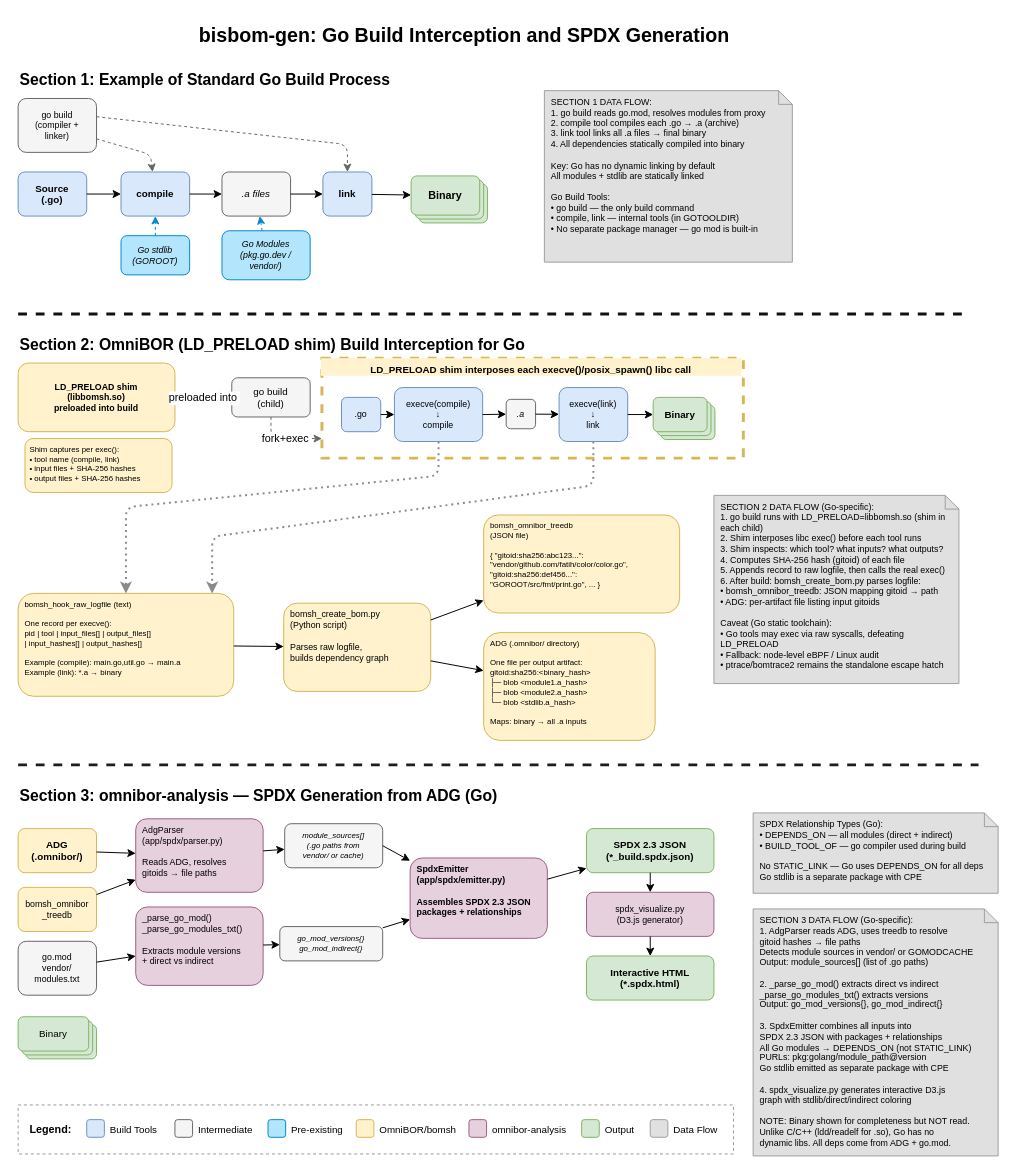
tedg-dev/bisbom-gen keeps this draw.io diagram as docs/sidecar/go/go-build-interception.drawio. Above is the earlier version. Source tidied: cells renumbered, new cells numbered last; positions are measured from the earlier drawing's top-left corner, leaving out a move shared by most shapes. Both pictures are drawn from the tidied source at 98%, with x=0, y=0 at pixel (18, 17).
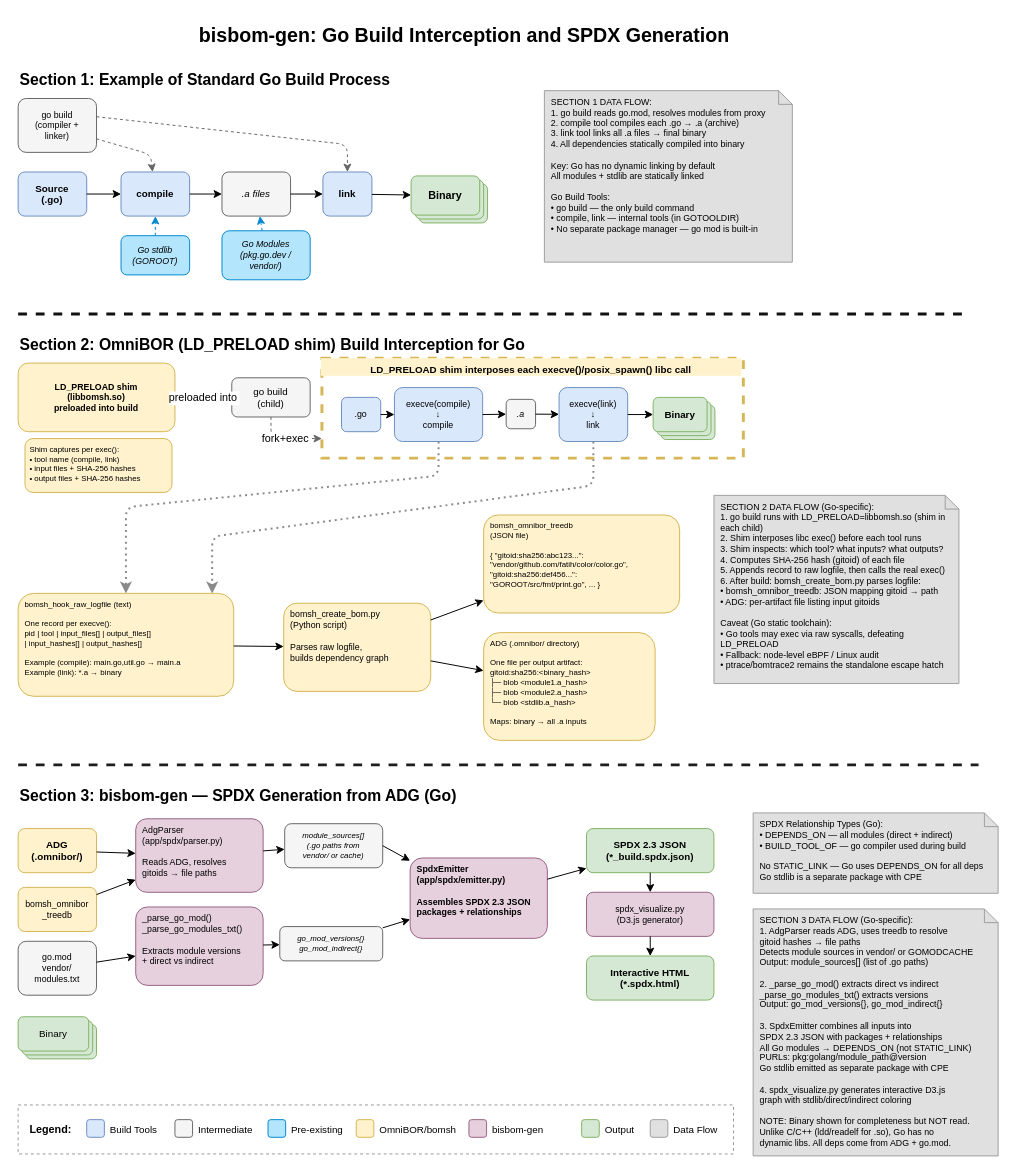
The same page after the edit.

What changed in the source:
```diff
@@
-    <mxCell id="14" value="omnibor-analysis" style="text;fontSize=10;align=left;" parent="1" vertex="1">
+    <mxCell id="14" value="bisbom-gen" style="text;fontSize=10;align=left;" parent="1" vertex="1">
       <mxGeometry x="482" y="1123" width="90" height="20" as="geometry" />
     </mxCell>
@@
-    <mxCell id="69" value="Section 3: omnibor-analysis — SPDX Generation from ADG (Go)" style="text;html=1;fontSize=16;fontStyle=1;" parent="1" vertex="1">
+    <mxCell id="69" value="Section 3: bisbom-gen — SPDX Generation from ADG (Go)" style="text;html=1;fontSize=16;fontStyle=1;" parent="1" vertex="1">
       <mxGeometry y="778" width="550" height="25" as="geometry" />
     </mxCell>
```
